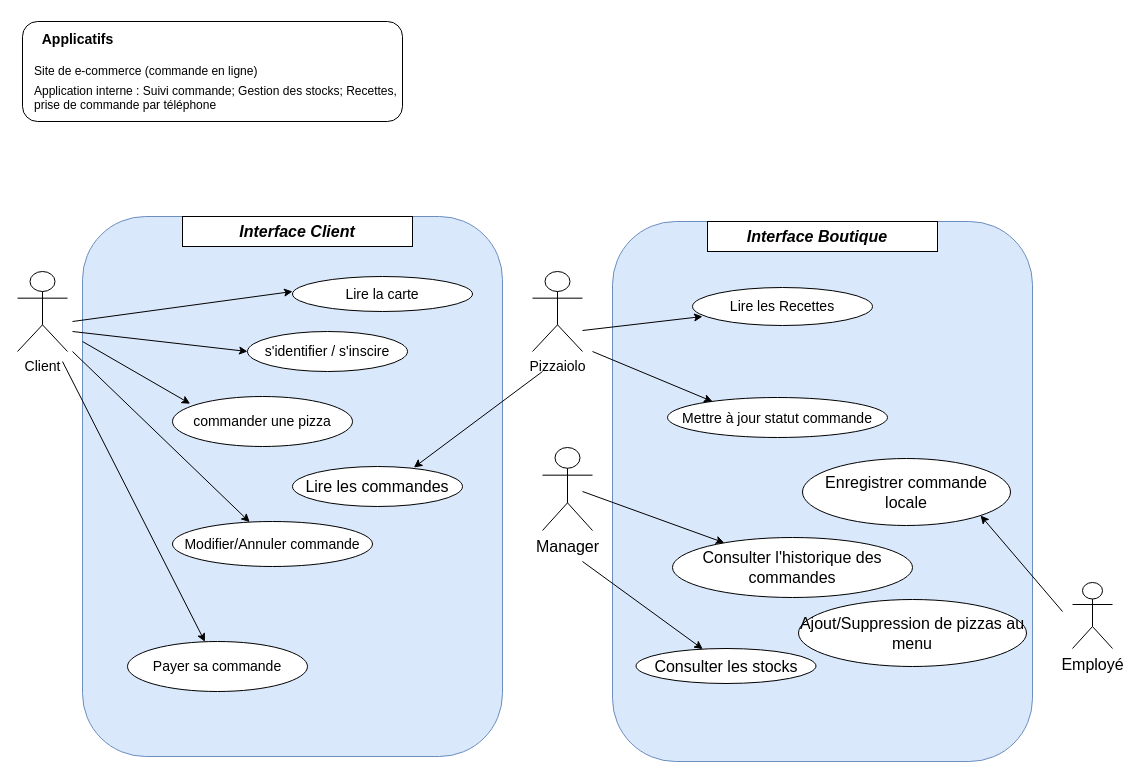
Before: page "Page-2" (2 of 3) of P5-UseCase-definotion.drawio in Ketut38/OC-P5-Pizza, a draw.io diagram. Source tidied: cells renumbered, new cells numbered last; positions are measured from the earlier drawing's top-left corner, leaving out a move shared by most shapes. Both pictures are drawn from the tidied source at 100%, with x=0, y=0 at pixel (17, 21).
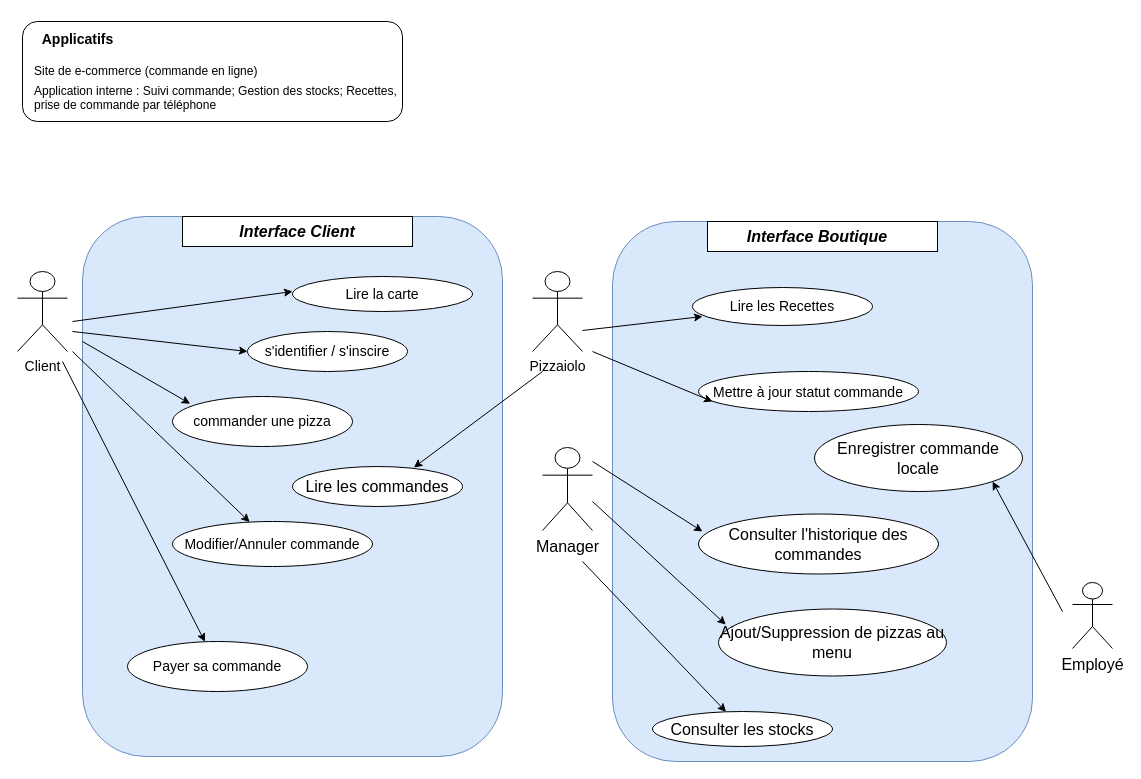
The same page after the edit.

What changed in the source:
```diff
@@
     <mxCell id="29" value="Consulter les stocks" style="ellipse;whiteSpace=wrap;html=1;fontSize=16;align=center;" parent="1" vertex="1">
-      <mxGeometry x="618.5" y="627" width="180" height="35" as="geometry" />
+      <mxGeometry x="635" y="690" width="180" height="35" as="geometry" />
     </mxCell>
@@
     <mxCell id="31" value="&lt;font style=&quot;font-size: 14px&quot;&gt;Mettre à jour statut commande&lt;/font&gt;" style="ellipse;whiteSpace=wrap;html=1;fontSize=16;align=center;" parent="1" vertex="1">
-      <mxGeometry x="650" y="376" width="220" height="40" as="geometry" />
+      <mxGeometry x="681" y="350" width="220" height="40" as="geometry" />
     </mxCell>
@@
     <mxCell id="34" value="Consulter l'historique des commandes" style="ellipse;whiteSpace=wrap;html=1;fontSize=16;align=center;" parent="1" vertex="1">
-      <mxGeometry x="655" y="516" width="240" height="60" as="geometry" />
+      <mxGeometry x="681" y="492.5" width="240" height="60" as="geometry" />
     </mxCell>
@@
-    <mxCell id="36" style="endArrow=classic;html=1;fontSize=16;" parent="1" edge="1" target="34">
+    <mxCell id="36" style="endArrow=classic;html=1;fontSize=16;" parent="1" edge="1">
       <mxGeometry relative="1" as="geometry">
-        <mxPoint x="565" y="470" as="sourcePoint" />
+        <mxPoint x="575" y="440" as="sourcePoint" />
+        <mxPoint x="685" y="510" as="targetPoint" />
       </mxGeometry>
     </mxCell>
     <mxCell id="37" value="Enregistrer commande locale" style="ellipse;whiteSpace=wrap;html=1;fontSize=16;align=center;" parent="1" vertex="1">
-      <mxGeometry x="785" y="437" width="208" height="67" as="geometry" />
+      <mxGeometry x="797" y="403" width="208" height="67" as="geometry" />
     </mxCell>
@@
     <mxCell id="39" value="Ajout/Suppression de pizzas au menu" style="ellipse;whiteSpace=wrap;html=1;fontSize=16;align=center;" parent="1" vertex="1">
-      <mxGeometry x="781" y="578" width="228" height="67" as="geometry" />
+      <mxGeometry x="701" y="587.5" width="228" height="67" as="geometry" />
     </mxCell>
+    <mxCell id="40" style="endArrow=classic;html=1;fontSize=16;entryX=0.032;entryY=0.233;entryDx=0;entryDy=0;entryPerimeter=0;" parent="1" edge="1" target="39">
+      <mxGeometry relative="1" as="geometry">
+        <mxPoint x="575" y="480" as="sourcePoint" />
+      </mxGeometry>
+    </mxCell>
```
